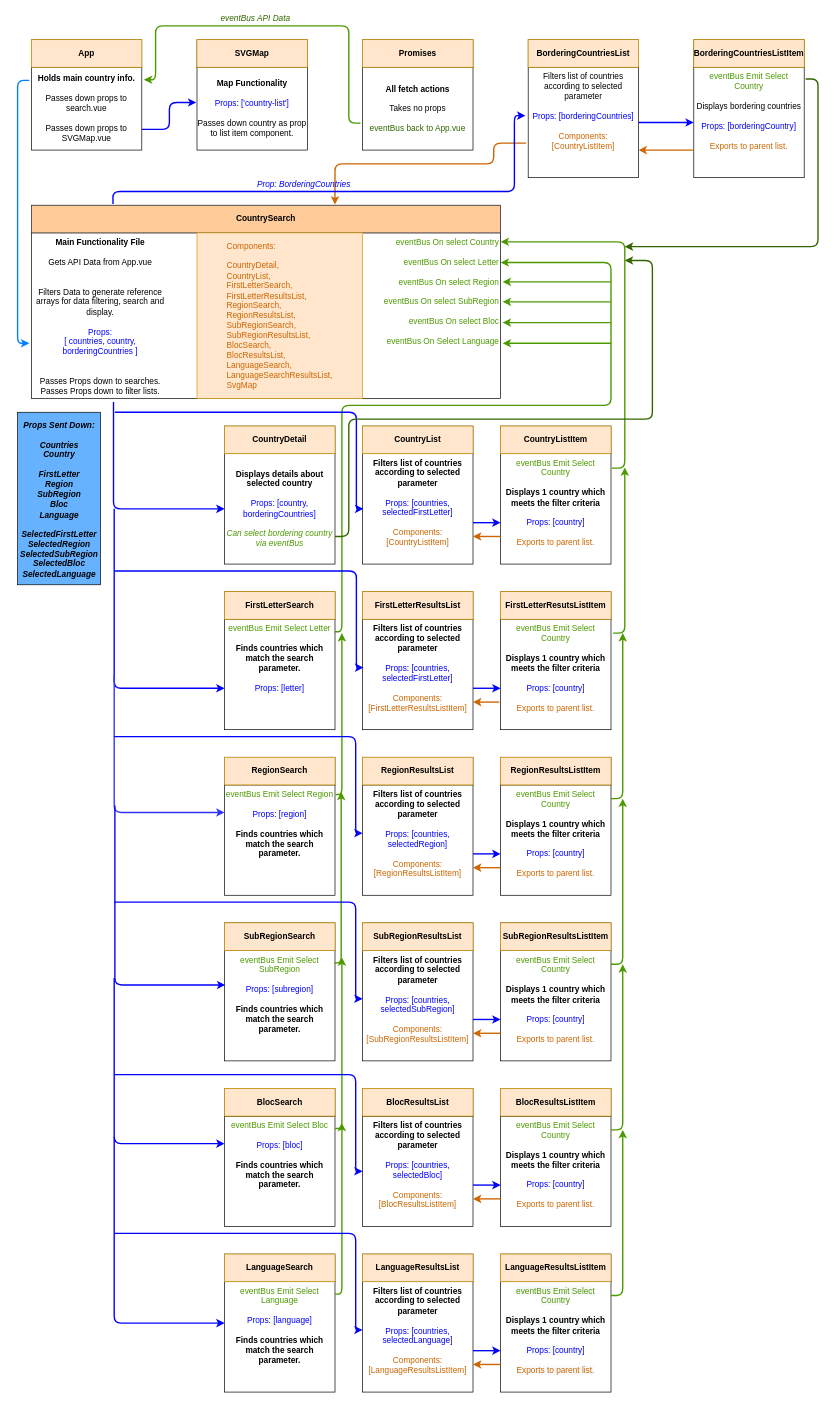
mjmccoach/geoexplorers keeps this draw.io diagram as Untitled Diagram.drawio. Above is the earlier version. Source tidied: cells renumbered, new cells numbered last; positions are measured from the earlier drawing's top-left corner, leaving out a move shared by most shapes. Both pictures are drawn from the tidied source at 69%, with x=0, y=0 at pixel (17, 12).
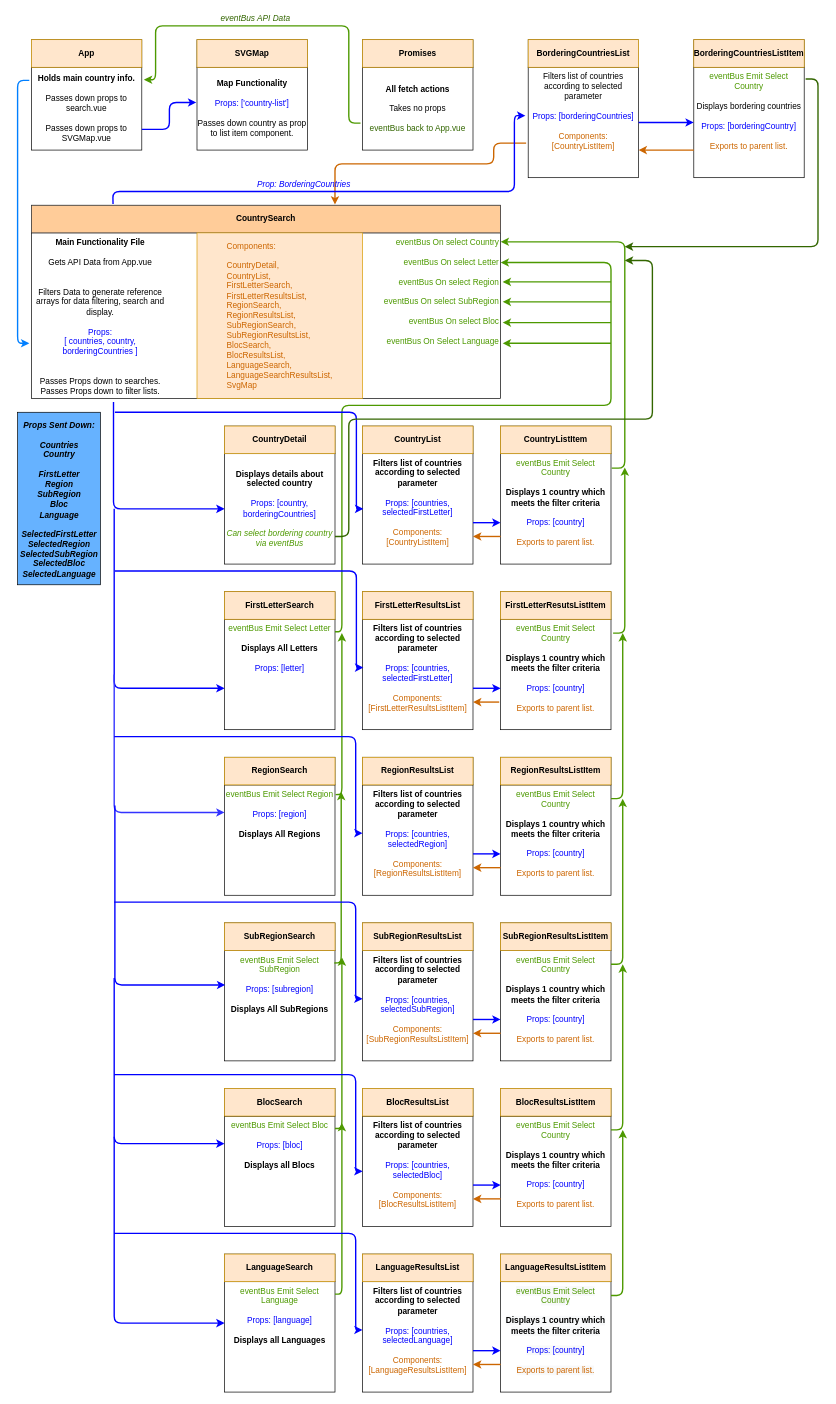
Above is the later version.

Change to the diagram source:
```diff
@@
-    <mxCell id="25" value="&lt;font color=&quot;#4d9900&quot;&gt;eventBus Emit Select Letter&lt;/font&gt;&lt;br&gt;&lt;br&gt;&lt;b&gt;Finds countries which match the search parameter.&lt;br&gt;&lt;/b&gt;&lt;br&gt;&lt;font color=&quot;#0000ff&quot;&gt;Props: [letter]&lt;/font&gt;" style="rounded=0;whiteSpace=wrap;html=1;verticalAlign=top;align=center;" parent="1" vertex="1">
+    <mxCell id="25" value="&lt;font color=&quot;#4d9900&quot;&gt;eventBus Emit Select Letter&lt;/font&gt;&lt;br&gt;&lt;br&gt;&lt;b&gt;Displays All Letters&lt;br&gt;&lt;/b&gt;&lt;br&gt;&lt;font color=&quot;#0000ff&quot;&gt;Props: [letter]&lt;/font&gt;" style="rounded=0;whiteSpace=wrap;html=1;verticalAlign=top;align=center;" parent="1" vertex="1">
       <mxGeometry x="300" y="880" width="160" height="160" as="geometry" />
     </mxCell>
@@
-    <mxCell id="31" value="&lt;span style=&quot;color: rgb(77 , 153 , 0)&quot;&gt;eventBus Emit Select Region&lt;br&gt;&lt;br&gt;&lt;/span&gt;&lt;font color=&quot;#0000ff&quot;&gt;Props: [region]&lt;br&gt;&lt;br&gt;&lt;/font&gt;&lt;b&gt;Finds countries which match the search parameter.&lt;br&gt;&lt;/b&gt;" style="rounded=0;whiteSpace=wrap;html=1;verticalAlign=top;" parent="1" vertex="1">
+    <mxCell id="31" value="&lt;span style=&quot;color: rgb(77 , 153 , 0)&quot;&gt;eventBus Emit Select Region&lt;br&gt;&lt;br&gt;&lt;/span&gt;&lt;font color=&quot;#0000ff&quot;&gt;Props: [region]&lt;br&gt;&lt;br&gt;&lt;/font&gt;&lt;b&gt;Displays All Regions&lt;br&gt;&lt;/b&gt;" style="rounded=0;whiteSpace=wrap;html=1;verticalAlign=top;" parent="1" vertex="1">
       <mxGeometry x="300" y="1120" width="160" height="160" as="geometry" />
     </mxCell>
@@
-    <mxCell id="37" value="&lt;span style=&quot;color: rgb(77 , 153 , 0)&quot;&gt;eventBus Emit Select SubRegion&lt;br&gt;&lt;br&gt;&lt;/span&gt;&lt;font color=&quot;#0000ff&quot;&gt;Props: [subregion]&lt;br&gt;&lt;br&gt;&lt;/font&gt;&lt;b&gt;Finds countries which match the search parameter.&lt;br&gt;&lt;/b&gt;" style="rounded=0;whiteSpace=wrap;html=1;verticalAlign=top;" parent="1" vertex="1">
+    <mxCell id="37" value="&lt;span style=&quot;color: rgb(77 , 153 , 0)&quot;&gt;eventBus Emit Select SubRegion&lt;br&gt;&lt;br&gt;&lt;/span&gt;&lt;font color=&quot;#0000ff&quot;&gt;Props: [subregion]&lt;br&gt;&lt;br&gt;&lt;/font&gt;&lt;b&gt;Displays All SubRegions&lt;br&gt;&lt;/b&gt;" style="rounded=0;whiteSpace=wrap;html=1;verticalAlign=top;" parent="1" vertex="1">
       <mxGeometry x="300" y="1360" width="160" height="160" as="geometry" />
     </mxCell>
@@
-    <mxCell id="39" value="&lt;span style=&quot;color: rgb(77 , 153 , 0)&quot;&gt;eventBus Emit Select Bloc&lt;br&gt;&lt;br&gt;&lt;/span&gt;&lt;font color=&quot;#0000ff&quot;&gt;Props: [bloc]&lt;br&gt;&lt;br&gt;&lt;/font&gt;&lt;b&gt;Finds countries which match the search parameter.&lt;br&gt;&lt;/b&gt;" style="rounded=0;whiteSpace=wrap;html=1;verticalAlign=top;" parent="1" vertex="1">
+    <mxCell id="39" value="&lt;span style=&quot;color: rgb(77 , 153 , 0)&quot;&gt;eventBus Emit Select Bloc&lt;br&gt;&lt;br&gt;&lt;/span&gt;&lt;font color=&quot;#0000ff&quot;&gt;Props: [bloc]&lt;br&gt;&lt;br&gt;&lt;/font&gt;&lt;b&gt;Displays all Blocs&lt;br&gt;&lt;/b&gt;" style="rounded=0;whiteSpace=wrap;html=1;verticalAlign=top;" parent="1" vertex="1">
       <mxGeometry x="300" y="1600" width="160" height="160" as="geometry" />
     </mxCell>
@@
-    <mxCell id="58" value="&lt;span style=&quot;color: rgb(77 , 153 , 0)&quot;&gt;eventBus Emit Select Language&lt;br&gt;&lt;br&gt;&lt;/span&gt;&lt;font color=&quot;#0000ff&quot;&gt;Props: [language]&lt;br&gt;&lt;br&gt;&lt;/font&gt;&lt;b&gt;Finds countries which match the search parameter.&lt;br&gt;&lt;/b&gt;" style="rounded=0;whiteSpace=wrap;html=1;verticalAlign=top;" parent="1" vertex="1">
+    <mxCell id="58" value="&lt;span style=&quot;color: rgb(77 , 153 , 0)&quot;&gt;eventBus Emit Select Language&lt;br&gt;&lt;br&gt;&lt;/span&gt;&lt;font color=&quot;#0000ff&quot;&gt;Props: [language]&lt;br&gt;&lt;br&gt;&lt;/font&gt;&lt;b&gt;Displays all Languages&lt;br&gt;&lt;/b&gt;" style="rounded=0;whiteSpace=wrap;html=1;verticalAlign=top;" parent="1" vertex="1">
       <mxGeometry x="300" y="1840" width="160" height="160" as="geometry" />
     </mxCell>
```
